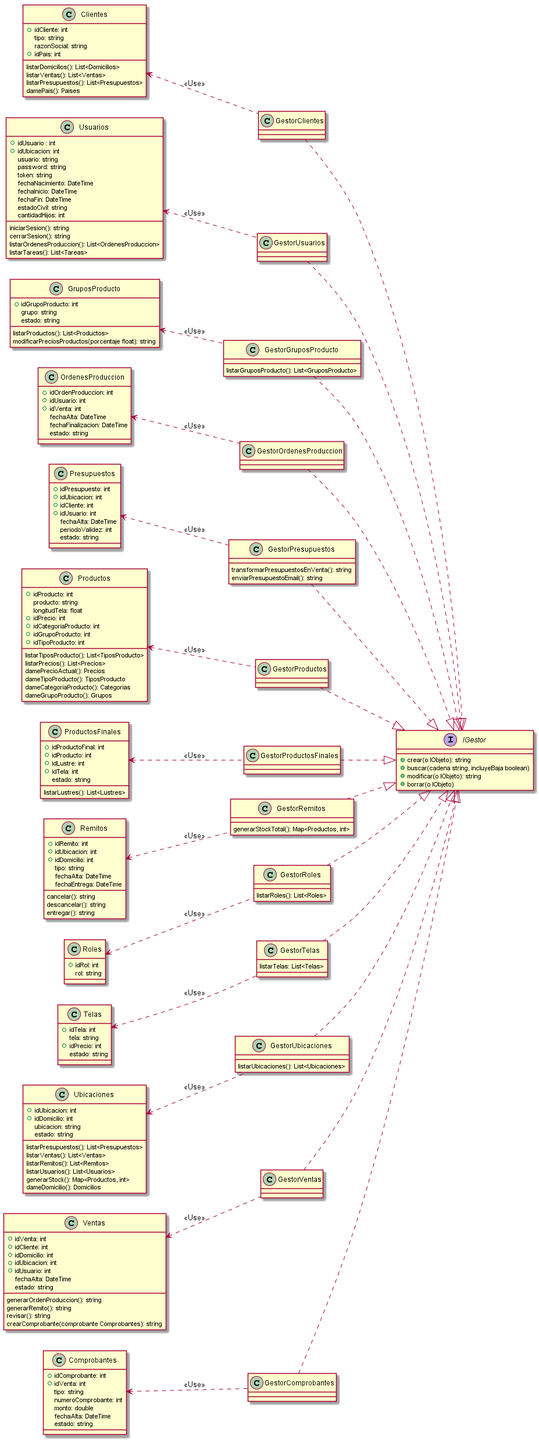
Before: Informe Final/Imagenes/DiagramaClases/Vistas/vistaCanonica.png, a diagram exported from PlantUML (ZMGestion/DocumentacionZMGestion).
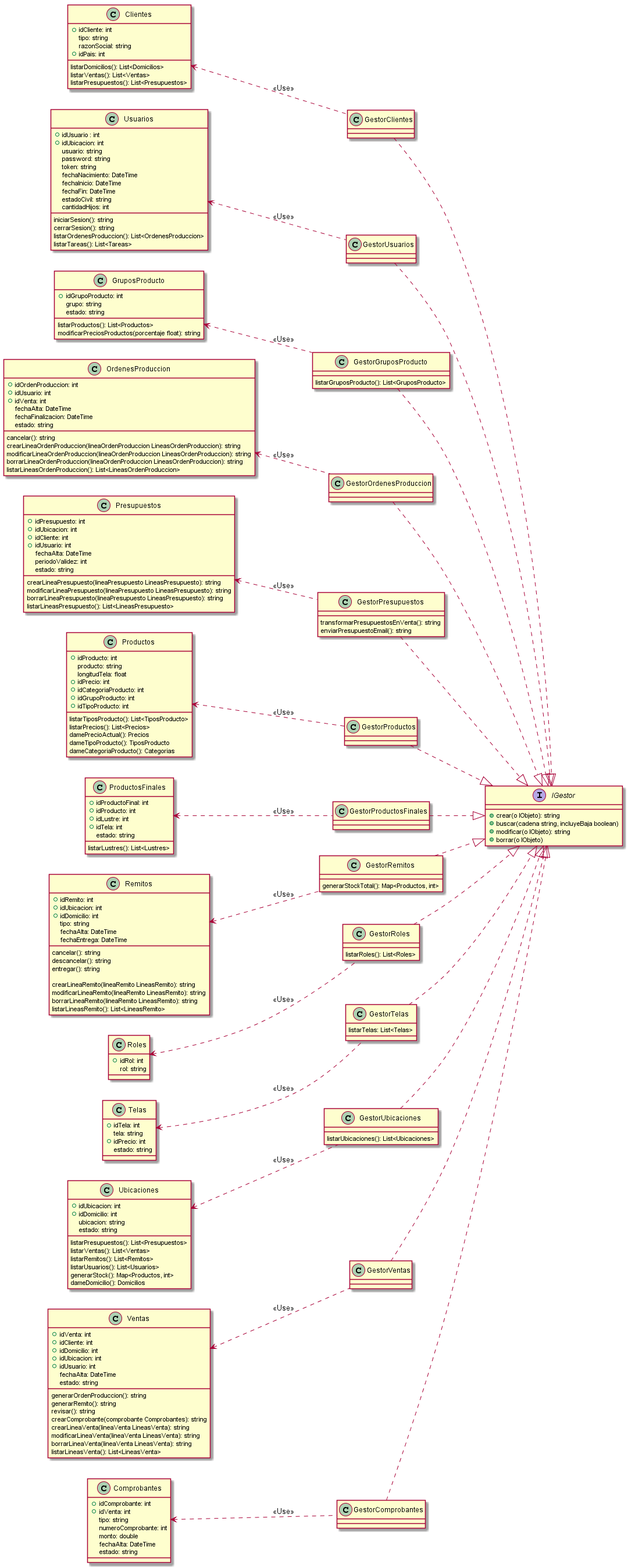
After the change.

What changed in the source:
```diff
@@ -104,7 +104,6 @@
     listarDomicilios(): List<Domicilios>
     listarVentas(): List<Ventas>
     listarPresupuestos(): List<Presupuestos>
-    damePais(): Paises
 }
 class Productos{
     +idProducto: int
@@ -120,7 +119,6 @@
     damePrecioActual(): Precios
     dameTipoProducto(): TiposProducto
     dameCategoriaProducto(): Categorias
-    dameGrupoProducto(): Grupos
 }
 class GruposProducto{
     +idGrupoProducto: int
@@ -153,6 +151,11 @@
     fechaAlta: DateTime
     periodoValidez: int
     estado: string
+
+    crearLineaPresupuesto(lineaPresupuesto LineasPresupuesto): string
+    modificarLineaPresupuesto(lineaPresupuesto LineasPresupuesto): string
+    borrarLineaPresupuesto(lineaPresupuesto LineasPresupuesto): string
+    listarLineasPresupuesto(): List<LineasPresupuesto>
 }
 class Ventas{
     +idVenta: int
@@ -167,6 +170,10 @@
     generarRemito(): string
     revisar(): string
     crearComprobante(comprobante Comprobantes): string
+    crearLineaVenta(lineaVenta LineasVenta): string
+    modificarLineaVenta(lineaVenta LineasVenta): string
+    borrarLineaVenta(lineaVenta LineasVenta): string
+    listarLineasVenta(): List<LineasVenta>
 }
 class OrdenesProduccion{
     +idOrdenProduccion: int
@@ -175,6 +182,12 @@
     fechaAlta: DateTime
     fechaFinalizacion: DateTime
     estado: string
+
+    cancelar(): string
+    crearLineaOrdenProduccion(lineaOrdenProduccion LineasOrdenProduccion): string
+    modificarLineaOrdenProduccion(lineaOrdenProduccion LineasOrdenProduccion): string
+    borrarLineaOrdenProduccion(lineaOrdenProduccion LineasOrdenProduccion): string
+    listarLineasOrdenProduccion(): List<LineasOrdenProduccion>
 }
 class Remitos{
     +idRemito: int
@@ -186,6 +199,11 @@
     cancelar(): string
     descancelar(): string
     entregar(): string
+
+    crearLineaRemito(lineaRemito LineasRemito): string
+    modificarLineaRemito(lineaRemito LineasRemito): string
+    borrarLineaRemito(lineaRemito LineasRemito): string
+    listarLineasRemito(): List<LineasRemito>
 }
 class Ubicaciones{
     +idUbicacion: int
```
